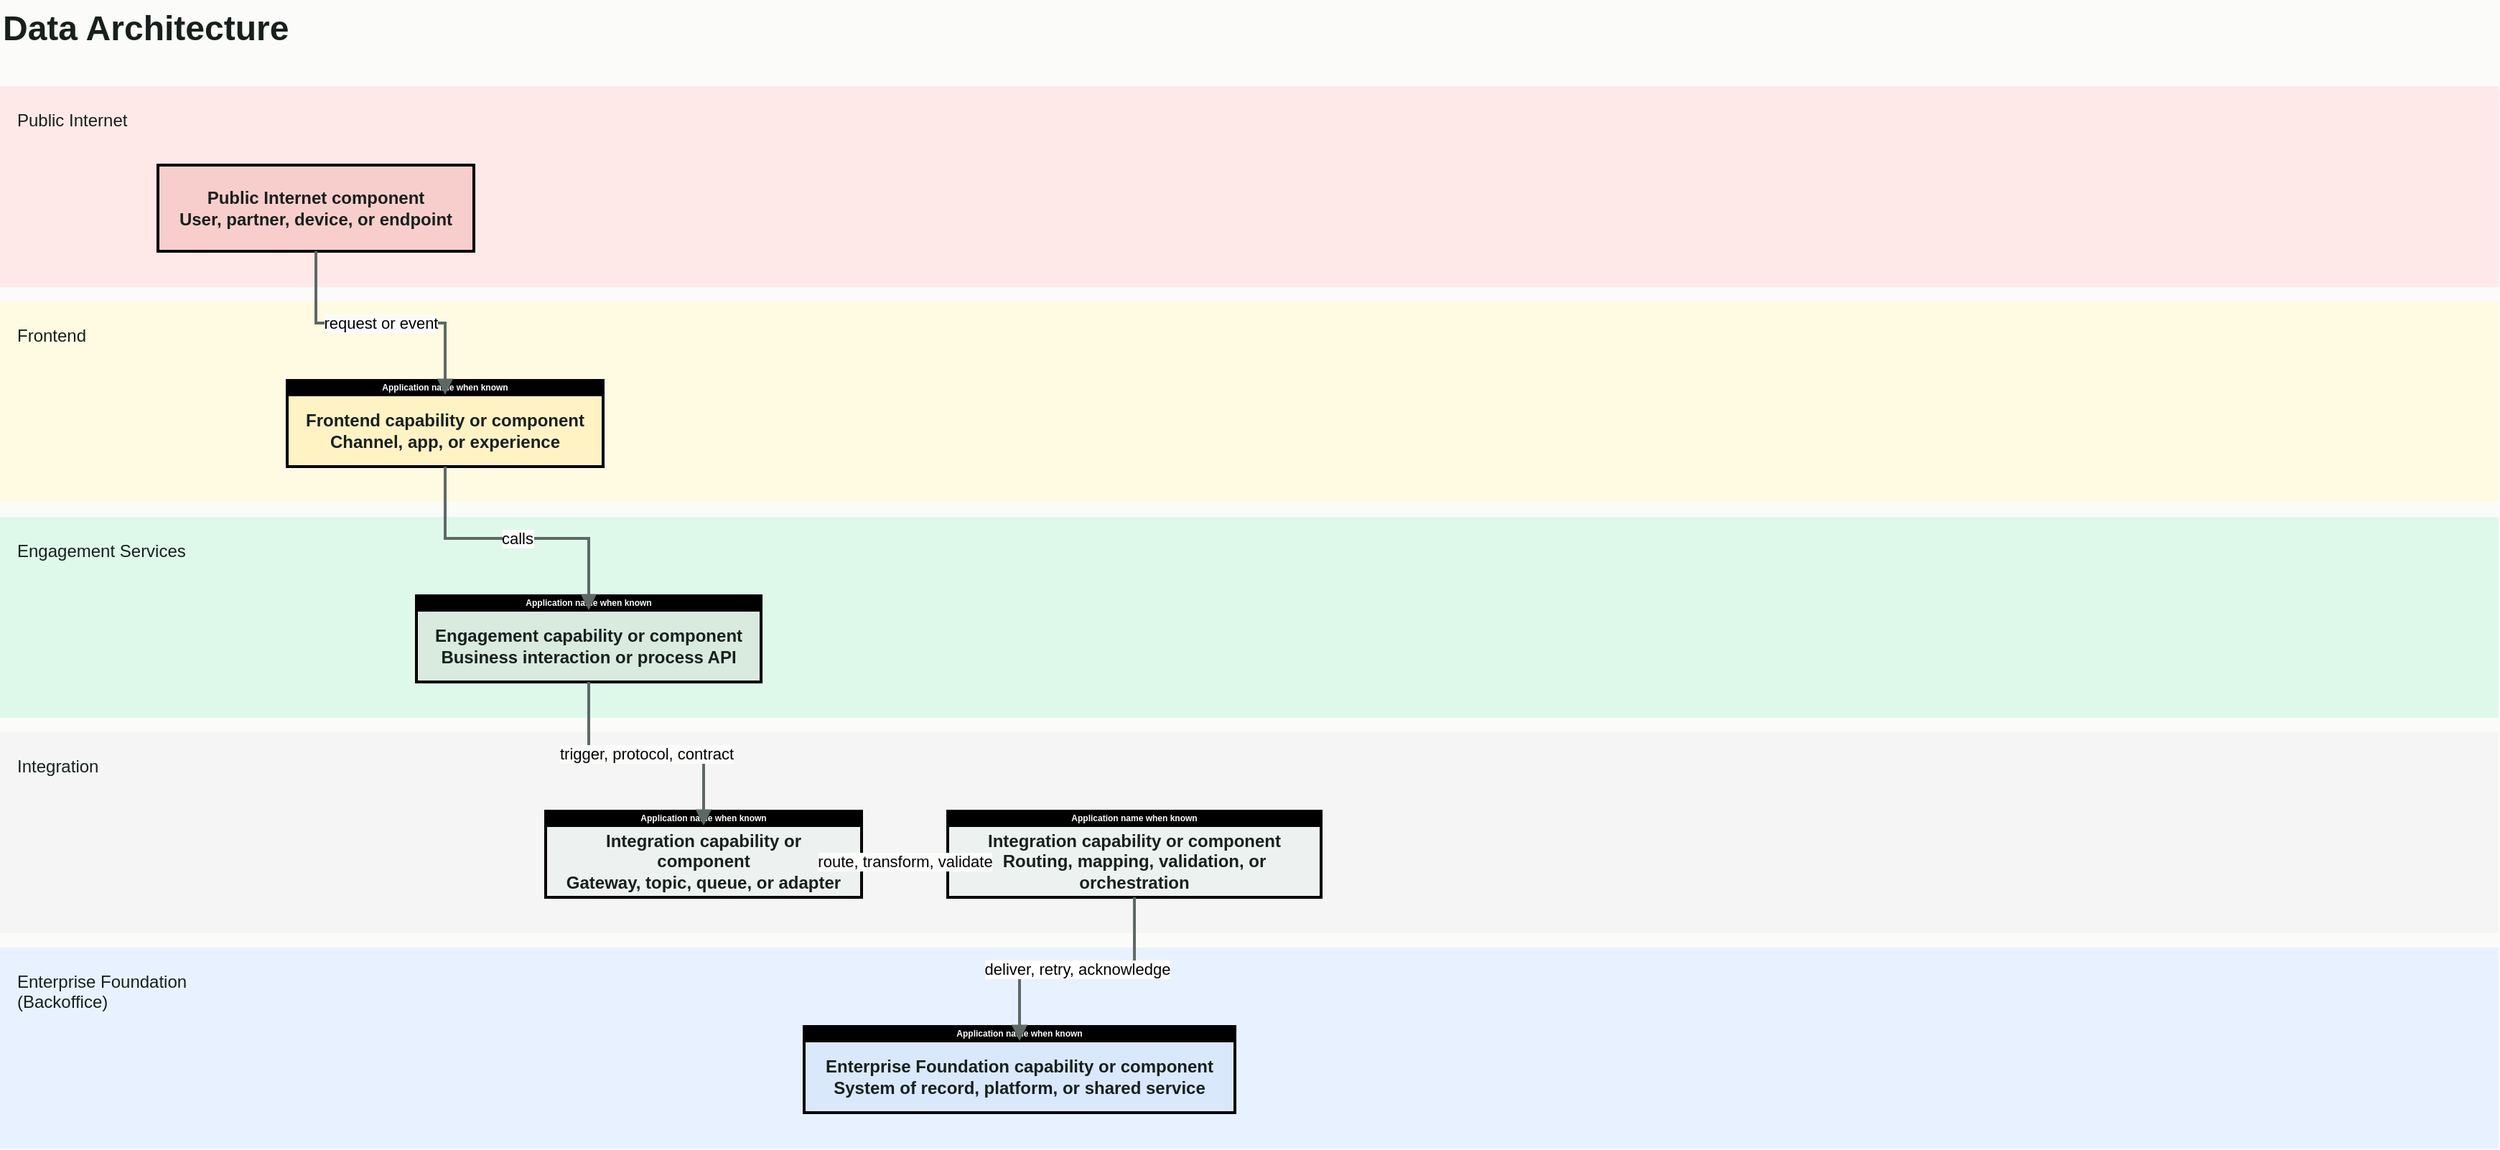
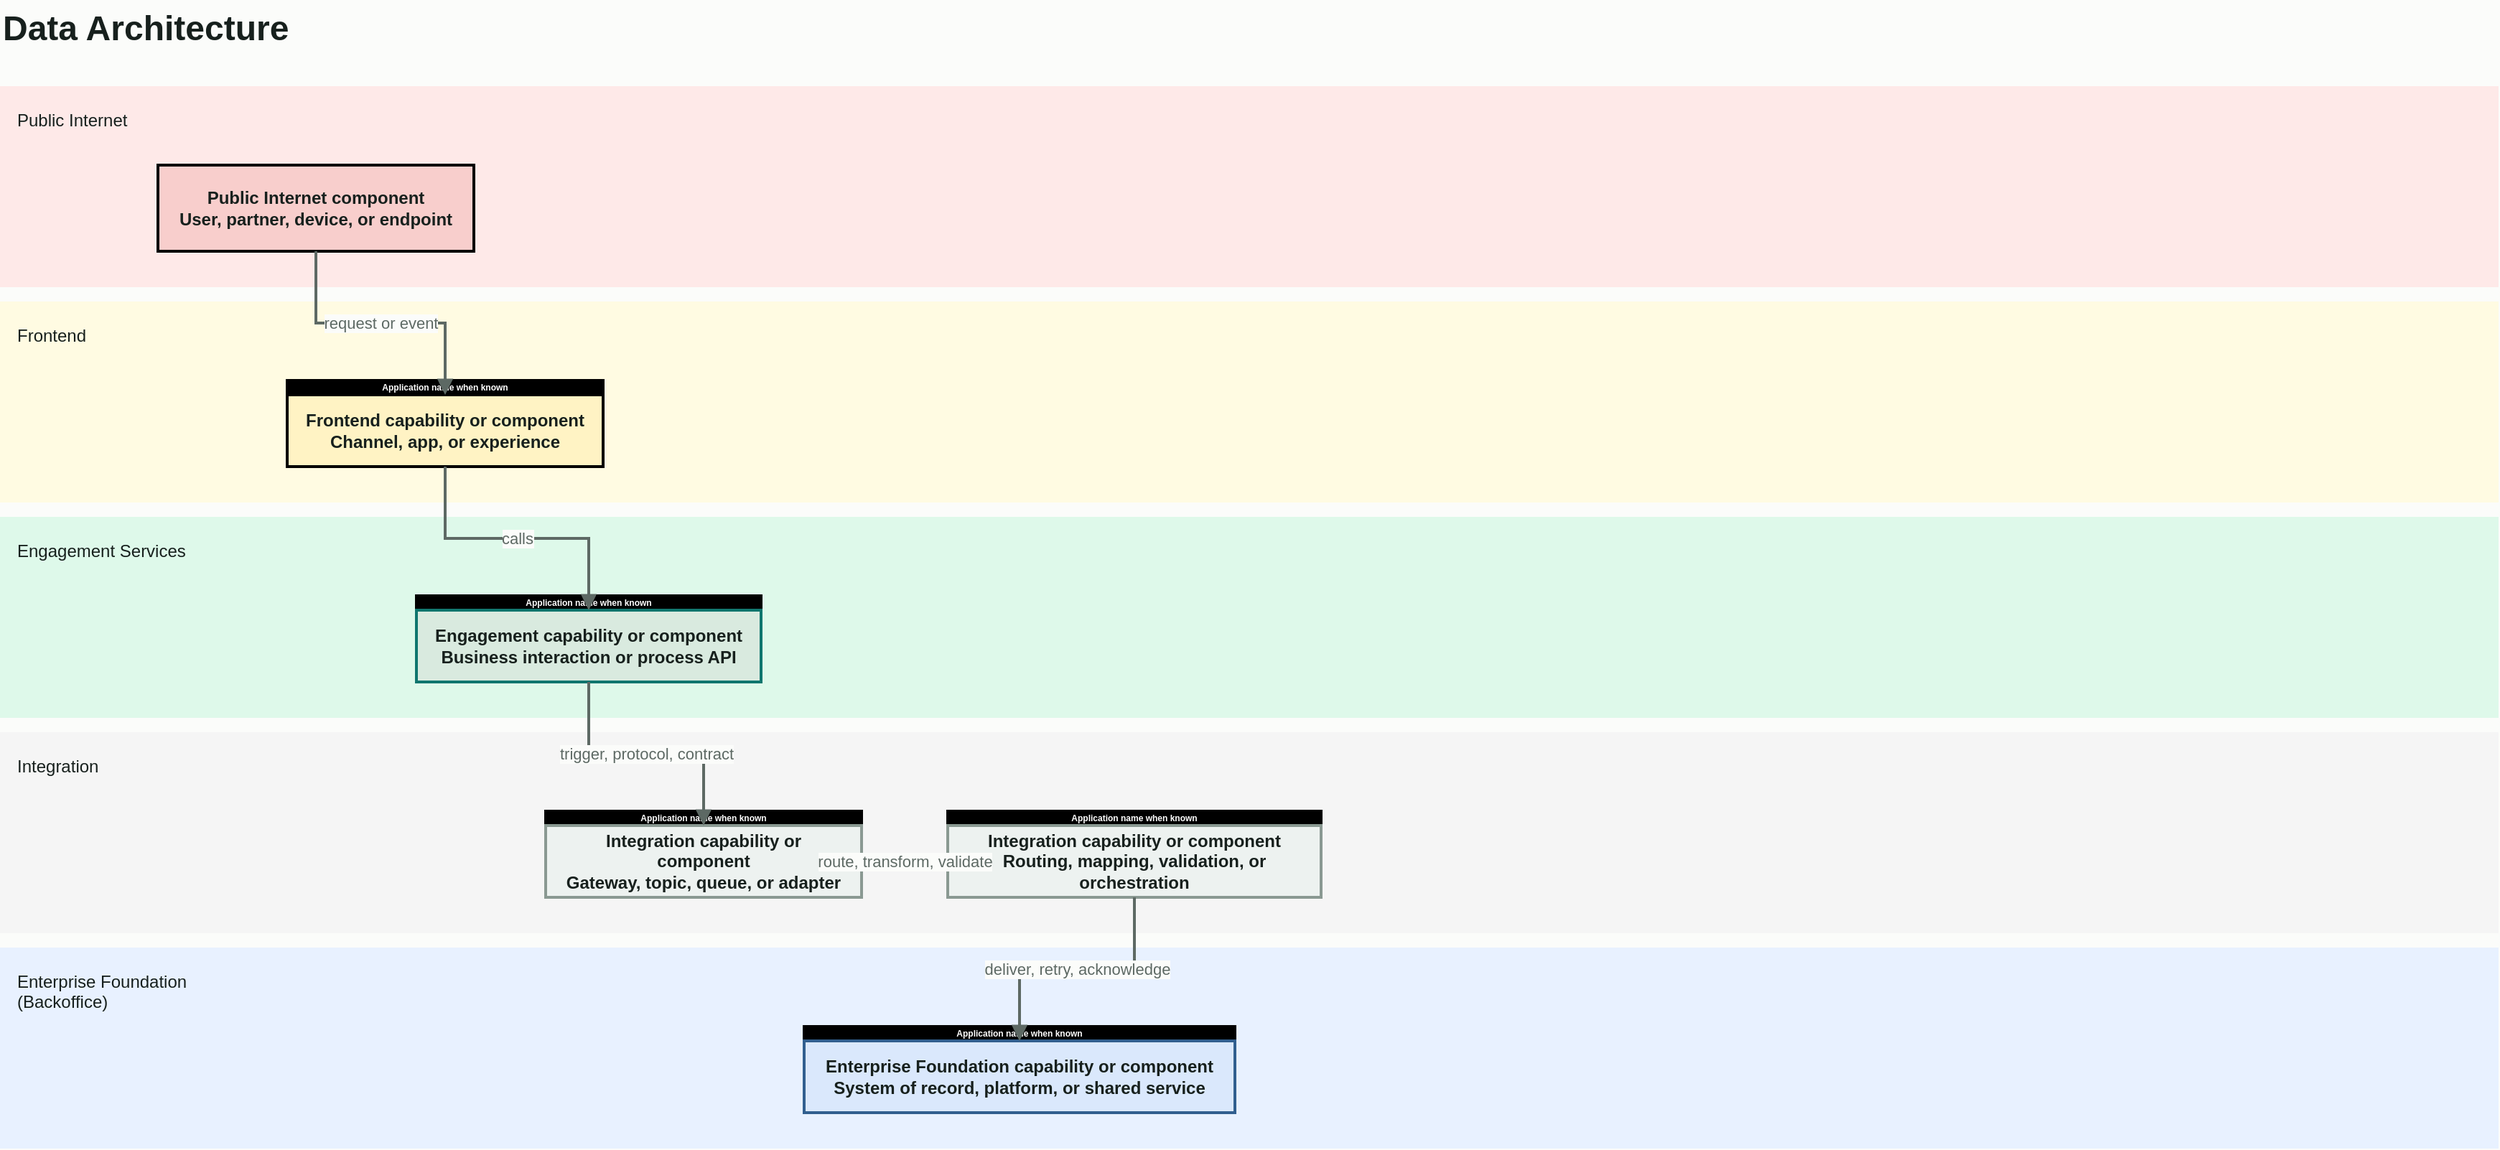
<mxfile host="Electron" agent="AI Architecture Toolkit">
  <diagram id="data-architecture-diagram" name="Data Architecture">
    <mxGraphModel dx="1437" dy="1070" grid="1" gridSize="10" guides="1" tooltips="1" connect="1" arrows="1" fold="1" page="1" pageScale="1" pageWidth="1169" pageHeight="827" background="#fbfcfa" math="0" shadow="0">
      <root>
        <mxCell id="0" />
        <mxCell id="1" parent="0" />
        <mxCell id="title" parent="1" style="text;html=1;strokeColor=none;fillColor=none;align=left;verticalAlign=middle;fontStyle=1;fontSize=24;fontColor=#17201d;" value="Data Architecture" vertex="1">
          <mxGeometry height="40" width="420" x="60" y="40" as="geometry" />
        </mxCell>
        <mxCell id="axeT-GRFkk37x7dI-ROH-2" parent="1" style="rounded=0;whiteSpace=wrap;html=1;align=left;verticalAlign=top;spacing=12;fontStyle=0;fillColor=#fee9e8;strokeColor=none;fontColor=#17201d;strokeWidth=2;" value="Public Internet" vertex="1">
          <mxGeometry height="140" width="1740" x="60" y="100" as="geometry" />
        </mxCell>
        <mxCell id="axeT-GRFkk37x7dI-ROH-3" parent="1" style="rounded=0;whiteSpace=wrap;html=1;align=left;verticalAlign=top;spacing=12;fontStyle=0;fillColor=#fffbe2;strokeColor=none;fontColor=#17201d;strokeWidth=2;" value="Frontend" vertex="1">
          <mxGeometry height="140" width="1740" x="60" y="250" as="geometry" />
        </mxCell>
        <mxCell id="axeT-GRFkk37x7dI-ROH-4" parent="1" style="rounded=0;whiteSpace=wrap;html=1;align=left;verticalAlign=top;spacing=12;fontStyle=0;fillColor=#def9ea;strokeColor=none;fontColor=#17201d;strokeWidth=2;" value="Engagement Services" vertex="1">
          <mxGeometry height="140" width="1740" x="60" y="400" as="geometry" />
        </mxCell>
        <mxCell id="axeT-GRFkk37x7dI-ROH-5" parent="1" style="rounded=0;whiteSpace=wrap;html=1;align=left;verticalAlign=top;spacing=12;fontStyle=0;fillColor=#f5f5f5;strokeColor=none;fontColor=#17201d;strokeWidth=2;" value="Integration" vertex="1">
          <mxGeometry height="140" width="1740" x="60" y="550" as="geometry" />
        </mxCell>
        <mxCell id="axeT-GRFkk37x7dI-ROH-6" parent="1" style="rounded=0;whiteSpace=wrap;html=1;align=left;verticalAlign=top;spacing=12;fontStyle=0;fillColor=#e8f1ff;strokeColor=none;fontColor=#17201d;strokeWidth=2;" value="Enterprise Foundation &lt;br&gt;(Backoffice)" vertex="1">
          <mxGeometry height="140" width="1740" x="60" y="700" as="geometry" />
        </mxCell>
        <mxCell id="axeT-GRFkk37x7dI-ROH-7" parent="1" style="rounded=0;whiteSpace=wrap;html=1;spacing=12;fillColor=#f8cecc;strokeColor=#000000;fontColor=#17201d;fontStyle=1;strokeWidth=2;" value="Public Internet component&#xa;User, partner, device, or endpoint" vertex="1">
          <mxGeometry height="60" width="220" x="170" y="155" as="geometry" />
        </mxCell>
        <mxCell id="axeT-GRFkk37x7dI-ROH-8" parent="1" style="rounded=0;whiteSpace=wrap;html=1;spacing=0;fillColor=#000000;strokeColor=#000000;fontColor=#ffffff;fontStyle=1;fontSize=6;strokeWidth=2;" value="Application name when known" vertex="1">
          <mxGeometry height="10" width="220" x="260" y="305" as="geometry" />
        </mxCell>
        <mxCell id="axeT-GRFkk37x7dI-ROH-9" parent="1" style="rounded=0;whiteSpace=wrap;html=1;spacing=12;fillColor=#fff3c4;strokeColor=#000000;fontColor=#17201d;fontStyle=1;strokeWidth=2;" value="Frontend capability or component&#xa;Channel, app, or experience" vertex="1">
          <mxGeometry height="50" width="220" x="260" y="315" as="geometry" />
        </mxCell>
        <mxCell id="axeT-GRFkk37x7dI-ROH-10" parent="1" style="rounded=0;whiteSpace=wrap;html=1;spacing=0;fillColor=#000000;strokeColor=#000000;fontColor=#ffffff;fontStyle=1;fontSize=6;strokeWidth=2;" value="Application name when known" vertex="1">
          <mxGeometry height="10" width="240" x="350" y="455" as="geometry" />
        </mxCell>
-         <mxCell id="axeT-GRFkk37x7dI-ROH-11" parent="1" style="rounded=0;whiteSpace=wrap;html=1;spacing=12;fillColor=#d9eadf;strokeColor=default;fontColor=#17201d;fontStyle=1;strokeWidth=2;" value="Engagement capability or component&#xa;Business interaction or process API" vertex="1">
+         <mxCell id="axeT-GRFkk37x7dI-ROH-11" parent="1" style="rounded=0;whiteSpace=wrap;html=1;spacing=12;fillColor=#d9eadf;strokeColor=#0f766e;fontColor=#17201d;fontStyle=1;strokeWidth=2;" value="Engagement capability or component&#xa;Business interaction or process API" vertex="1">
          <mxGeometry height="50" width="240" x="350" y="465" as="geometry" />
        </mxCell>
        <mxCell id="axeT-GRFkk37x7dI-ROH-12" parent="1" style="rounded=0;whiteSpace=wrap;html=1;spacing=0;fillColor=#000000;strokeColor=#000000;fontColor=#ffffff;fontStyle=1;fontSize=6;strokeWidth=2;" value="Application name when known" vertex="1">
          <mxGeometry height="10" width="220" x="440" y="605" as="geometry" />
        </mxCell>
-         <mxCell id="axeT-GRFkk37x7dI-ROH-13" parent="1" style="rounded=0;whiteSpace=wrap;html=1;spacing=12;fillColor=#edf2f0;strokeColor=default;fontColor=#17201d;fontStyle=1;strokeWidth=2;" value="Integration capability or component&#xa;Gateway, topic, queue, or adapter" vertex="1">
+         <mxCell id="axeT-GRFkk37x7dI-ROH-13" parent="1" style="rounded=0;whiteSpace=wrap;html=1;spacing=12;fillColor=#edf2f0;strokeColor=#8a9992;fontColor=#17201d;fontStyle=1;strokeWidth=2;" value="Integration capability or component&#xa;Gateway, topic, queue, or adapter" vertex="1">
          <mxGeometry height="50" width="220" x="440" y="615" as="geometry" />
        </mxCell>
        <mxCell id="axeT-GRFkk37x7dI-ROH-14" parent="1" style="rounded=0;whiteSpace=wrap;html=1;spacing=0;fillColor=#000000;strokeColor=#000000;fontColor=#ffffff;fontStyle=1;fontSize=6;strokeWidth=2;" value="Application name when known" vertex="1">
          <mxGeometry height="10" width="260" x="720" y="605" as="geometry" />
        </mxCell>
-         <mxCell id="axeT-GRFkk37x7dI-ROH-15" parent="1" style="rounded=0;whiteSpace=wrap;html=1;spacing=12;fillColor=#edf2f0;strokeColor=default;fontColor=#17201d;fontStyle=1;strokeWidth=2;" value="Integration capability or component&#xa;Routing, mapping, validation, or orchestration" vertex="1">
+         <mxCell id="axeT-GRFkk37x7dI-ROH-15" parent="1" style="rounded=0;whiteSpace=wrap;html=1;spacing=12;fillColor=#edf2f0;strokeColor=#8a9992;fontColor=#17201d;fontStyle=1;strokeWidth=2;" value="Integration capability or component&#xa;Routing, mapping, validation, or orchestration" vertex="1">
          <mxGeometry height="50" width="260" x="720" y="615" as="geometry" />
        </mxCell>
        <mxCell id="axeT-GRFkk37x7dI-ROH-16" parent="1" style="rounded=0;whiteSpace=wrap;html=1;spacing=0;fillColor=#000000;strokeColor=#000000;fontColor=#ffffff;fontStyle=1;fontSize=6;strokeWidth=2;" value="Application name when known" vertex="1">
          <mxGeometry height="10" width="300" x="620" y="755" as="geometry" />
        </mxCell>
-         <mxCell id="axeT-GRFkk37x7dI-ROH-17" parent="1" style="rounded=0;whiteSpace=wrap;html=1;spacing=12;fillColor=#dae8fc;strokeColor=default;fontColor=#17201d;fontStyle=1;strokeWidth=2;" value="Enterprise Foundation capability or component&#xa;System of record, platform, or shared service" vertex="1">
+         <mxCell id="axeT-GRFkk37x7dI-ROH-17" parent="1" style="rounded=0;whiteSpace=wrap;html=1;spacing=12;fillColor=#dae8fc;strokeColor=#315f8f;fontColor=#17201d;fontStyle=1;strokeWidth=2;" value="Enterprise Foundation capability or component&#xa;System of record, platform, or shared service" vertex="1">
          <mxGeometry height="50" width="300" x="620" y="765" as="geometry" />
        </mxCell>
-         <mxCell id="axeT-GRFkk37x7dI-ROH-18" edge="1" parent="1" source="axeT-GRFkk37x7dI-ROH-7" style="edgeStyle=orthogonalEdgeStyle;rounded=0;orthogonalLoop=1;jettySize=auto;html=1;endArrow=block;strokeColor=#5d6964;fontColor=default;labelBackgroundColor=#fbfcfa;labelBorderColor=none;strokeWidth=2;" target="axeT-GRFkk37x7dI-ROH-9" value="request or event">
+         <mxCell id="axeT-GRFkk37x7dI-ROH-18" edge="1" parent="1" source="axeT-GRFkk37x7dI-ROH-7" style="edgeStyle=orthogonalEdgeStyle;rounded=0;orthogonalLoop=1;jettySize=auto;html=1;endArrow=block;strokeColor=#5d6964;fontColor=#5d6964;labelBackgroundColor=#fbfcfa;labelBorderColor=none;strokeWidth=2;" target="axeT-GRFkk37x7dI-ROH-9" value="request or event">
          <mxGeometry relative="1" as="geometry" />
        </mxCell>
-         <mxCell id="axeT-GRFkk37x7dI-ROH-19" edge="1" parent="1" source="axeT-GRFkk37x7dI-ROH-9" style="edgeStyle=orthogonalEdgeStyle;rounded=0;orthogonalLoop=1;jettySize=auto;html=1;endArrow=block;strokeColor=#5d6964;fontColor=default;labelBackgroundColor=#fbfcfa;labelBorderColor=none;strokeWidth=2;" target="axeT-GRFkk37x7dI-ROH-11" value="calls">
+         <mxCell id="axeT-GRFkk37x7dI-ROH-19" edge="1" parent="1" source="axeT-GRFkk37x7dI-ROH-9" style="edgeStyle=orthogonalEdgeStyle;rounded=0;orthogonalLoop=1;jettySize=auto;html=1;endArrow=block;strokeColor=#5d6964;fontColor=#5d6964;labelBackgroundColor=#fbfcfa;labelBorderColor=none;strokeWidth=2;" target="axeT-GRFkk37x7dI-ROH-11" value="calls">
          <mxGeometry relative="1" as="geometry" />
        </mxCell>
-         <mxCell id="axeT-GRFkk37x7dI-ROH-20" edge="1" parent="1" source="axeT-GRFkk37x7dI-ROH-11" style="edgeStyle=orthogonalEdgeStyle;rounded=0;orthogonalLoop=1;jettySize=auto;html=1;endArrow=block;strokeColor=#5d6964;fontColor=default;labelBackgroundColor=#fbfcfa;labelBorderColor=none;strokeWidth=2;" target="axeT-GRFkk37x7dI-ROH-13" value="trigger, protocol, contract">
+         <mxCell id="axeT-GRFkk37x7dI-ROH-20" edge="1" parent="1" source="axeT-GRFkk37x7dI-ROH-11" style="edgeStyle=orthogonalEdgeStyle;rounded=0;orthogonalLoop=1;jettySize=auto;html=1;endArrow=block;strokeColor=#5d6964;fontColor=#5d6964;labelBackgroundColor=#fbfcfa;labelBorderColor=none;strokeWidth=2;" target="axeT-GRFkk37x7dI-ROH-13" value="trigger, protocol, contract">
          <mxGeometry relative="1" as="geometry" />
        </mxCell>
-         <mxCell id="axeT-GRFkk37x7dI-ROH-21" edge="1" parent="1" source="axeT-GRFkk37x7dI-ROH-13" style="edgeStyle=orthogonalEdgeStyle;rounded=0;orthogonalLoop=1;jettySize=auto;html=1;endArrow=block;strokeColor=#5d6964;fontColor=default;labelBackgroundColor=#fbfcfa;labelBorderColor=none;strokeWidth=2;" target="axeT-GRFkk37x7dI-ROH-15" value="route, transform, validate">
+         <mxCell id="axeT-GRFkk37x7dI-ROH-21" edge="1" parent="1" source="axeT-GRFkk37x7dI-ROH-13" style="edgeStyle=orthogonalEdgeStyle;rounded=0;orthogonalLoop=1;jettySize=auto;html=1;endArrow=block;strokeColor=#5d6964;fontColor=#5d6964;labelBackgroundColor=#fbfcfa;labelBorderColor=none;strokeWidth=2;" target="axeT-GRFkk37x7dI-ROH-15" value="route, transform, validate">
          <mxGeometry relative="1" as="geometry" />
        </mxCell>
-         <mxCell id="axeT-GRFkk37x7dI-ROH-22" edge="1" parent="1" source="axeT-GRFkk37x7dI-ROH-15" style="edgeStyle=orthogonalEdgeStyle;rounded=0;orthogonalLoop=1;jettySize=auto;html=1;endArrow=block;strokeColor=#5d6964;fontColor=default;labelBackgroundColor=default;labelBorderColor=none;strokeWidth=2;" target="axeT-GRFkk37x7dI-ROH-17" value="deliver, retry, acknowledge">
+         <mxCell id="axeT-GRFkk37x7dI-ROH-22" edge="1" parent="1" source="axeT-GRFkk37x7dI-ROH-15" style="edgeStyle=orthogonalEdgeStyle;rounded=0;orthogonalLoop=1;jettySize=auto;html=1;endArrow=block;strokeColor=#5d6964;fontColor=#5d6964;labelBackgroundColor=#fbfcfa;labelBorderColor=none;strokeWidth=2;" target="axeT-GRFkk37x7dI-ROH-17" value="deliver, retry, acknowledge">
          <mxGeometry relative="1" as="geometry" />
        </mxCell>
      </root>
    </mxGraphModel>
  </diagram>
</mxfile>
